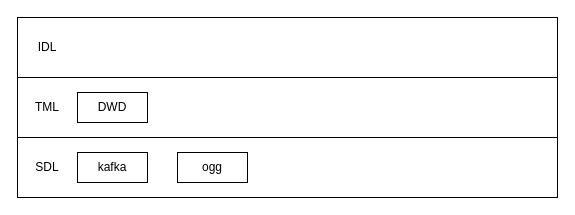
Before: 未命名绘图.drawio in ether1984/umeng, a draw.io diagram. Source tidied: cells renumbered, new cells numbered last; positions are measured from the earlier drawing's top-left corner, leaving out a move shared by most shapes. Both pictures are drawn from the tidied source at 100%, with x=0, y=0 at pixel (17, 17).
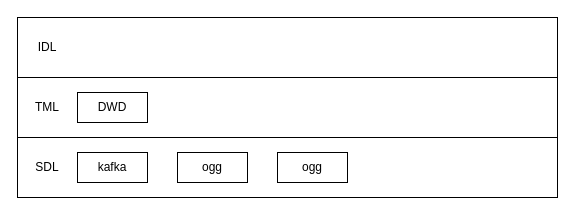
Above is the later version.

Commit message:
更新未命名绘图.drawio

What changed in the source:
```diff
@@
 <mxGraphModel>
   <root>
     <mxCell id="0" />
     <mxCell id="1" parent="0" />
     <mxCell id="2" style="rounded=0;whiteSpace=wrap;html=1;" parent="1" vertex="1">
       <mxGeometry y="120" width="540" height="60" as="geometry" />
     </mxCell>
     <mxCell id="3" style="rounded=0;whiteSpace=wrap;html=1;" parent="1" vertex="1">
       <mxGeometry y="60" width="540" height="60" as="geometry" />
     </mxCell>
     <mxCell id="4" style="rounded=0;whiteSpace=wrap;html=1;" parent="1" vertex="1">
       <mxGeometry width="540" height="60" as="geometry" />
     </mxCell>
     <mxCell id="5" value="SDL" style="text;html=1;strokeColor=none;fillColor=none;align=center;verticalAlign=middle;whiteSpace=wrap;rounded=0;" parent="1" vertex="1">
       <mxGeometry x="10" y="140" width="40" height="20" as="geometry" />
     </mxCell>
     <mxCell id="6" value="TML" style="text;html=1;strokeColor=none;fillColor=none;align=center;verticalAlign=middle;whiteSpace=wrap;rounded=0;" parent="1" vertex="1">
       <mxGeometry x="10" y="80" width="40" height="20" as="geometry" />
     </mxCell>
     <mxCell id="7" value="IDL" style="text;html=1;strokeColor=none;fillColor=none;align=center;verticalAlign=middle;whiteSpace=wrap;rounded=0;" parent="1" vertex="1">
       <mxGeometry x="10" y="20" width="40" height="20" as="geometry" />
     </mxCell>
     <mxCell id="8" value="kafka" style="rounded=0;whiteSpace=wrap;html=1;" parent="1" vertex="1">
       <mxGeometry x="60" y="135" width="70" height="30" as="geometry" />
     </mxCell>
     <mxCell id="9" value="ogg" style="rounded=0;whiteSpace=wrap;html=1;" parent="1" vertex="1">
       <mxGeometry x="160" y="135" width="70" height="30" as="geometry" />
     </mxCell>
     <mxCell id="10" value="DWD" style="rounded=0;whiteSpace=wrap;html=1;" parent="1" vertex="1">
       <mxGeometry x="60" y="75" width="70" height="30" as="geometry" />
     </mxCell>
+    <mxCell id="11" value="ogg" style="rounded=0;whiteSpace=wrap;html=1;" parent="1" vertex="1">
+      <mxGeometry x="260" y="135" width="70" height="30" as="geometry" />
+    </mxCell>
   </root>
 </mxGraphModel>
```
